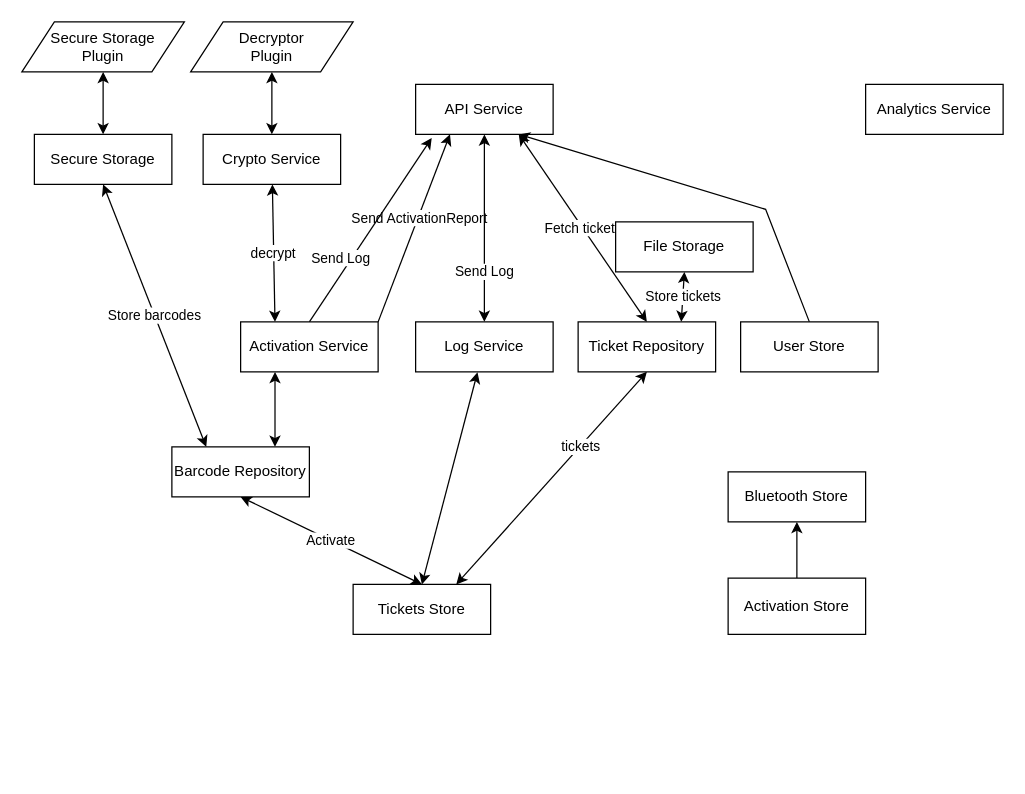
tixngo/diagram keeps this draw.io diagram as newarchi.drawio. Above is the earlier version. Source tidied: cells renumbered, new cells numbered last; positions are measured from the earlier drawing's top-left corner, leaving out a move shared by most shapes. Both pictures are drawn from the tidied source at 125%, with x=0, y=0 at pixel (21, 21).
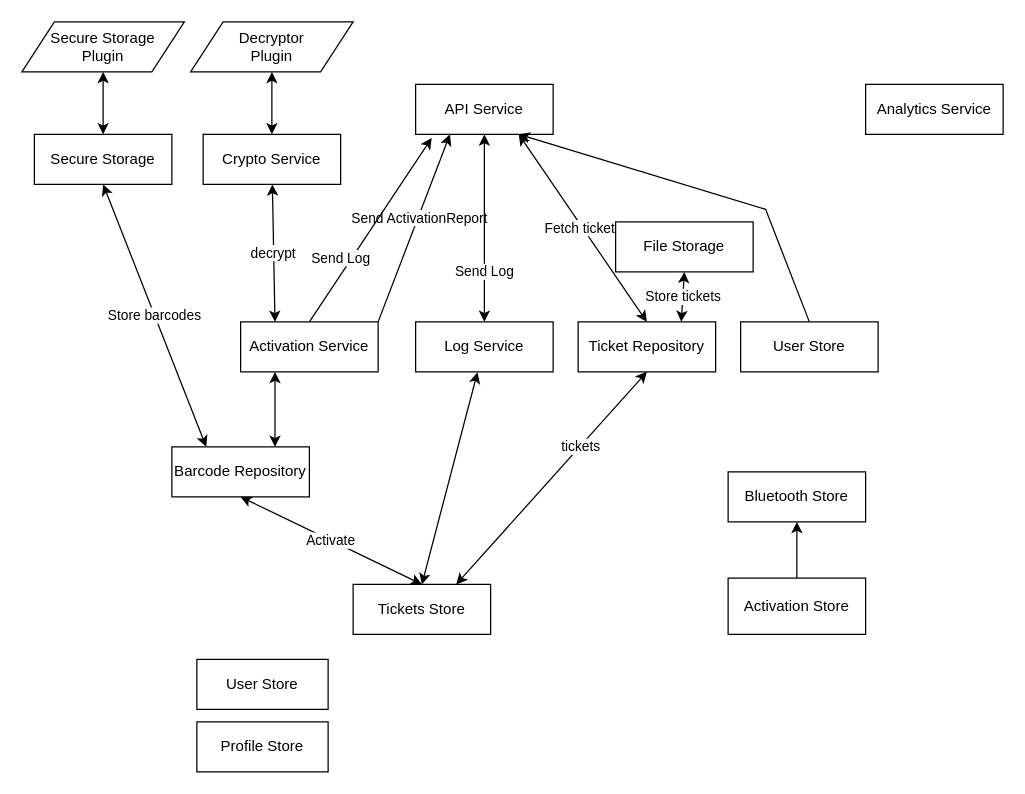
After the change.

Commit message:
add User store and Profile store

Diff of the diagram source:
```diff
@@
+    <mxCell id="32" value="User Store" style="rounded=0;whiteSpace=wrap;html=1;" parent="1" vertex="1">
+      <mxGeometry x="140" y="510" width="105" height="40" as="geometry" />
+    </mxCell>
+    <mxCell id="33" value="Profile Store" style="rounded=0;whiteSpace=wrap;html=1;" parent="1" vertex="1">
+      <mxGeometry x="140" y="560" width="105" height="40" as="geometry" />
+    </mxCell>
```
